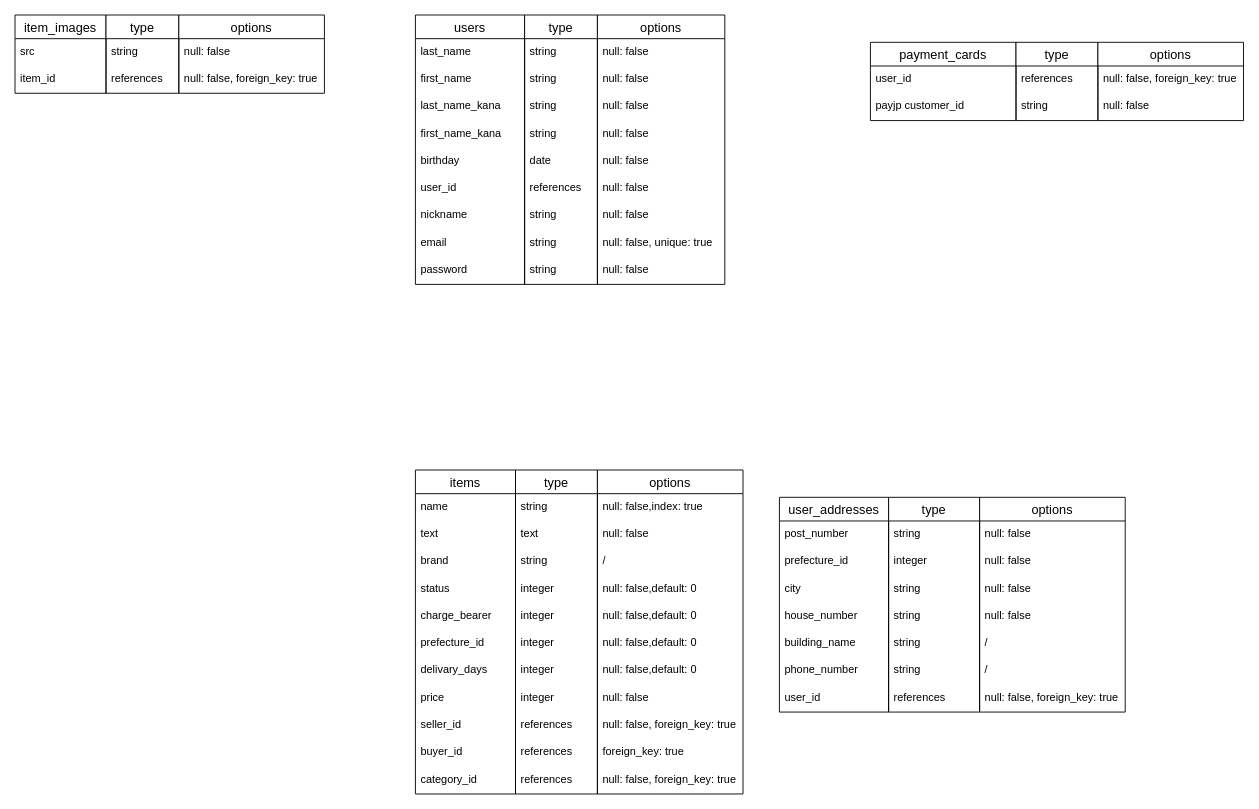
Earlier version of the draw.io diagram ー/FURIMA-35792.dio (bakuchunin/furima-35792). Source tidied: cells renumbered, new cells numbered last; positions are measured from the earlier drawing's top-left corner, leaving out a move shared by most shapes. Both pictures are drawn from the tidied source at 91%, with x=0, y=0 at pixel (15, 15).
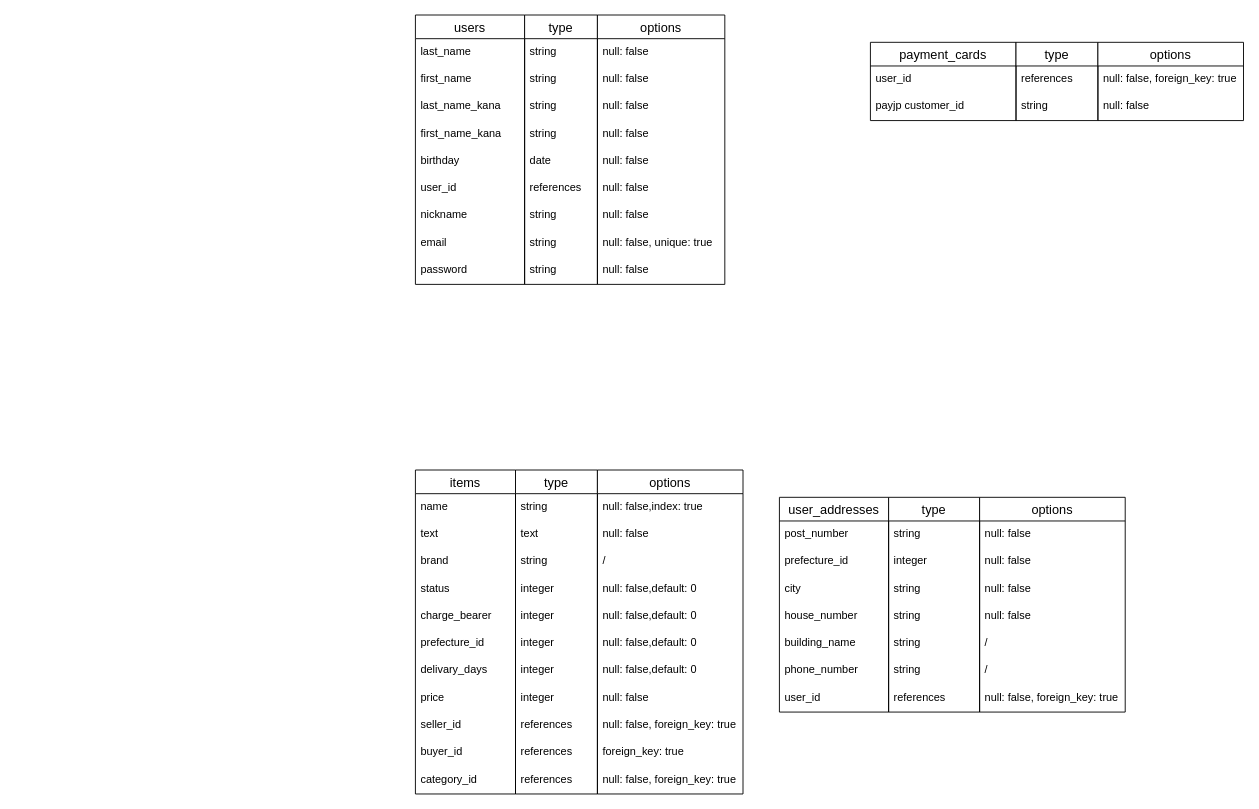
Above is the later version.

The edit, as a diff of the source:
```diff
@@
-    <mxCell id="92" value="item_images" style="swimlane;fontStyle=0;horizontal=1;startSize=26;align=center;fontSize=14;" parent="1" vertex="1">
-      <mxGeometry width="100" height="86" as="geometry" />
-    </mxCell>
-    <mxCell id="93" value="src" style="text;strokeColor=none;fillColor=none;spacingLeft=4;spacingRight=4;overflow=hidden;fontSize=12;" parent="92" vertex="1">
-      <mxGeometry y="26" width="100" height="30" as="geometry" />
-    </mxCell>
-    <mxCell id="94" value="item_id" style="text;strokeColor=none;fillColor=none;spacingLeft=4;spacingRight=4;overflow=hidden;fontSize=12;" parent="92" vertex="1">
-      <mxGeometry y="56" width="100" height="30" as="geometry" />
-    </mxCell>
-    <mxCell id="95" value="type" style="swimlane;fontStyle=0;horizontal=1;startSize=26;align=center;fontSize=14;" parent="1" vertex="1">
-      <mxGeometry x="100" width="80" height="86" as="geometry" />
-    </mxCell>
-    <mxCell id="96" value="string" style="text;strokeColor=none;fillColor=none;spacingLeft=4;spacingRight=4;overflow=hidden;fontSize=12;" parent="95" vertex="1">
-      <mxGeometry y="26" width="80" height="30" as="geometry" />
-    </mxCell>
-    <mxCell id="97" value="references" style="text;strokeColor=none;fillColor=none;spacingLeft=4;spacingRight=4;overflow=hidden;fontSize=12;" parent="95" vertex="1">
-      <mxGeometry y="56" width="80" height="30" as="geometry" />
-    </mxCell>
-    <mxCell id="98" value="options" style="swimlane;fontStyle=0;horizontal=1;startSize=26;align=center;fontSize=14;" parent="1" vertex="1">
-      <mxGeometry x="180" width="160" height="86" as="geometry" />
-    </mxCell>
-    <mxCell id="99" value="null: false" style="text;strokeColor=none;fillColor=none;spacingLeft=4;spacingRight=4;overflow=hidden;fontSize=12;" parent="98" vertex="1">
-      <mxGeometry y="26" width="160" height="30" as="geometry" />
-    </mxCell>
-    <mxCell id="100" value="null: false, foreign_key: true" style="text;strokeColor=none;fillColor=none;spacingLeft=4;spacingRight=4;overflow=hidden;fontSize=12;" parent="98" vertex="1">
-      <mxGeometry y="56" width="160" height="30" as="geometry" />
-    </mxCell>
```
